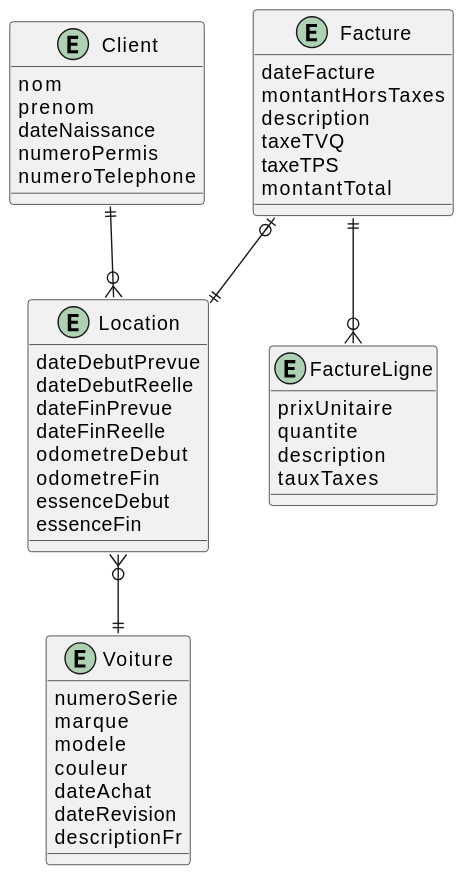
Earlier version of the PlantUML export images/ERD/car_reservation/erd_car_reservation_logique.svg (rparadiscsfoy/420-W34-SF-TP02).
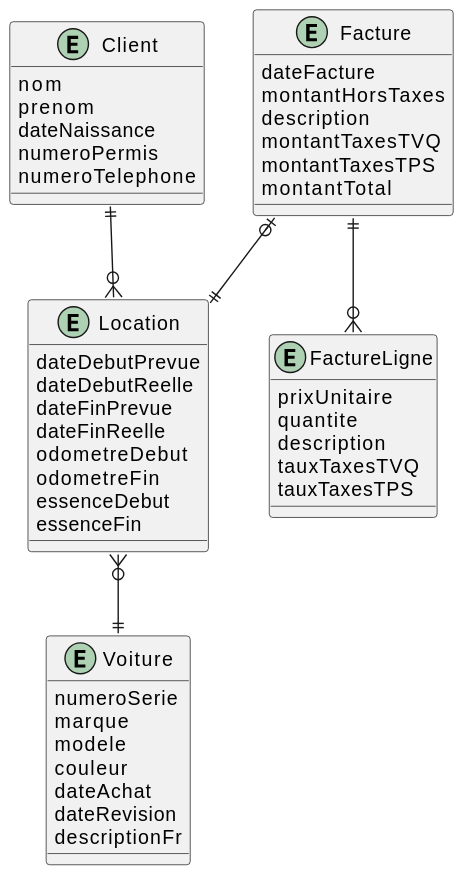
The same file after the commit.

What changed in the source:
```diff
@@ -33,8 +33,8 @@
     dateFacture
     montantHorsTaxes
     description
-    taxeTVQ
-    taxeTPS
+    montantTaxesTVQ
+    montantTaxesTPS
     montantTotal
 }
 
@@ -42,7 +42,8 @@
     prixUnitaire
     quantite
     description
-    tauxTaxes
+    tauxTaxesTVQ
+    tauxTaxesTPS
 }
 
 Client ||--o{ Location
```
